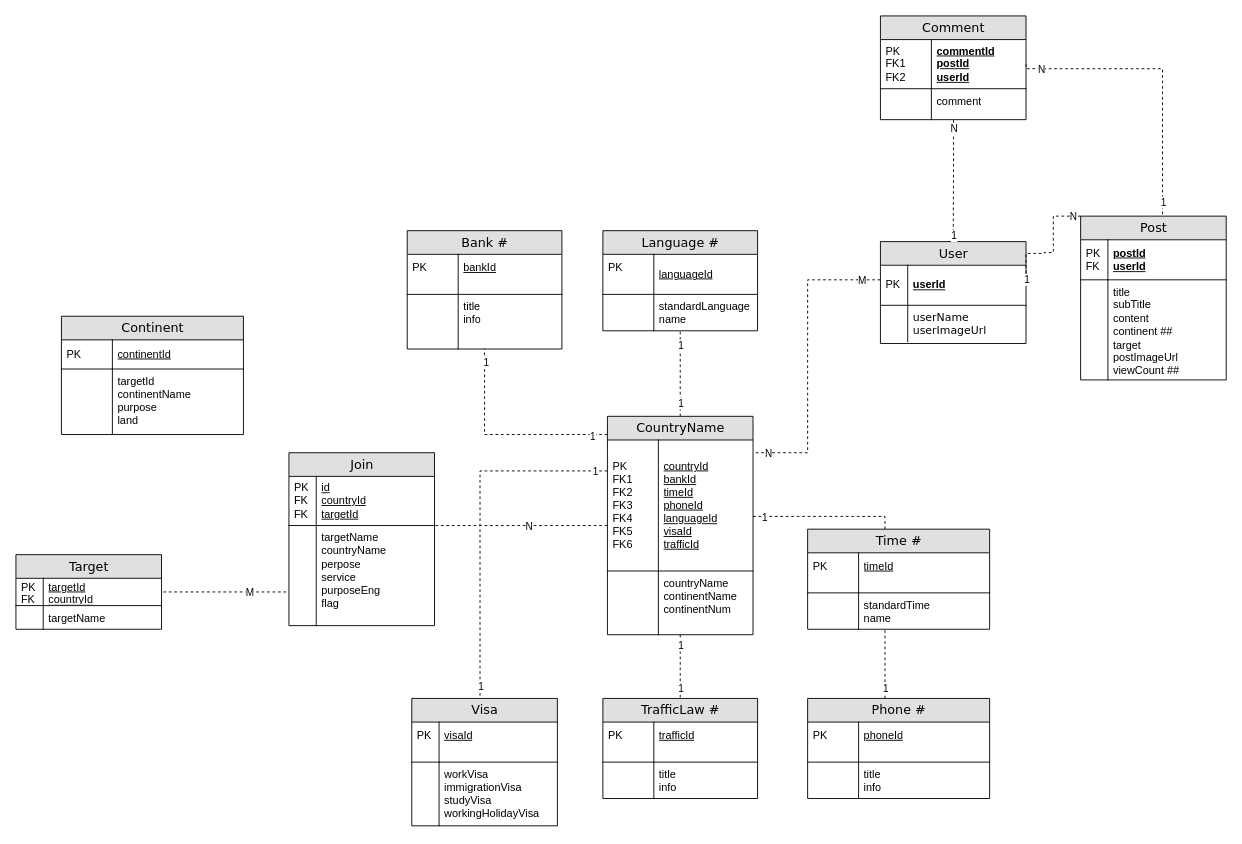
qwe1234k/finalProjectERD keeps this draw.io diagram as ERD.drawio. Above is the earlier version. Source tidied: cells renumbered, new cells numbered last; positions are measured from the earlier drawing's top-left corner, leaving out a move shared by most shapes. Both pictures are drawn from the tidied source at 91%, with x=0, y=0 at pixel (15, 15).
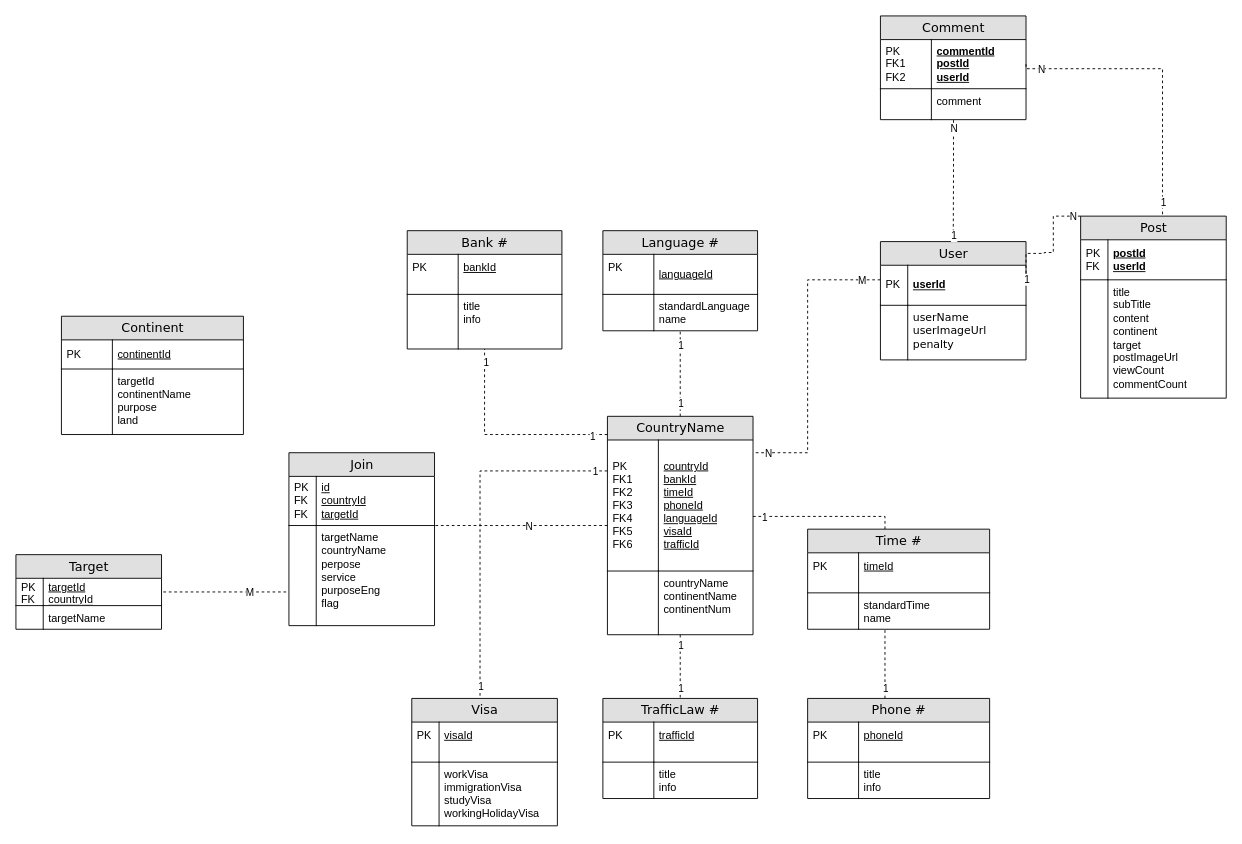
After the change.

What changed in the source:
```diff
@@
     <mxCell id="7" value="Post" style="swimlane;html=1;fontStyle=0;horizontal=1;startSize=26;fillColor=#e0e0e0;swimlaneFillColor=#ffffff;align=center;rounded=0;shadow=0;comic=0;labelBackgroundColor=none;strokeWidth=1;fontFamily=Verdana;fontSize=14;" parent="1" vertex="1">
-      <mxGeometry x="1170" y="220" width="160" height="180" as="geometry" />
+      <mxGeometry x="1170" y="220" width="160" height="200" as="geometry" />
     </mxCell>
@@
-    <mxCell id="10" value="title&lt;br&gt;subTitle&lt;br&gt;content&lt;br&gt;continent ##&lt;br&gt;target&lt;br&gt;postImageUrl&lt;br&gt;viewCount ##" style="shape=partialRectangle;top=0;left=0;right=0;bottom=0;html=1;align=left;verticalAlign=top;fillColor=none;spacingLeft=34;spacingRight=4;whiteSpace=wrap;overflow=hidden;" parent="7" vertex="1">
-      <mxGeometry y="70" width="160" height="110" as="geometry" />
+    <mxCell id="10" value="title&lt;br&gt;subTitle&lt;br&gt;content&lt;br&gt;continent&amp;nbsp;&lt;br&gt;target&lt;br&gt;postImageUrl&lt;br&gt;viewCount&amp;nbsp;&lt;br&gt;commentCount" style="shape=partialRectangle;top=0;left=0;right=0;bottom=0;html=1;align=left;verticalAlign=top;fillColor=none;spacingLeft=34;spacingRight=4;whiteSpace=wrap;overflow=hidden;" parent="7" vertex="1">
+      <mxGeometry y="70" width="160" height="130" as="geometry" />
     </mxCell>
     <mxCell id="11" style="shape=partialRectangle;top=0;left=0;bottom=0;html=1;fillColor=none;align=left;verticalAlign=top;spacingLeft=4;spacingRight=4;whiteSpace=wrap;overflow=hidden;" parent="10" vertex="1">
-      <mxGeometry width="30" height="110" as="geometry" />
+      <mxGeometry width="30" height="130" as="geometry" />
     </mxCell>
@@
     <mxCell id="22" value="User" style="swimlane;html=1;fontStyle=0;horizontal=1;startSize=26;fillColor=#e0e0e0;swimlaneFillColor=#ffffff;align=center;rounded=0;shadow=0;comic=0;labelBackgroundColor=none;strokeWidth=1;fontFamily=Verdana;fontSize=14;" parent="1" vertex="1">
-      <mxGeometry x="950" y="248" width="160" height="112" as="geometry" />
+      <mxGeometry x="950" y="248" width="160" height="130" as="geometry" />
     </mxCell>
@@
-    <mxCell id="25" value="&lt;span style=&quot;font-family: verdana;&quot;&gt;userName&lt;/span&gt;&lt;span style=&quot;font-family: &amp;quot;verdana&amp;quot;&quot;&gt;&lt;br&gt;userImageUrl&lt;/span&gt;&lt;span style=&quot;font-family: &amp;quot;verdana&amp;quot;&quot;&gt;&lt;br&gt;&lt;/span&gt;" style="shape=partialRectangle;top=0;left=0;right=0;bottom=0;html=1;align=left;verticalAlign=top;fillColor=none;spacingLeft=34;spacingRight=4;whiteSpace=wrap;overflow=hidden;" parent="22" vertex="1">
-      <mxGeometry y="70" width="160" height="40" as="geometry" />
+    <mxCell id="25" value="&lt;span style=&quot;font-family: verdana;&quot;&gt;userName&lt;/span&gt;&lt;span style=&quot;font-family: &amp;quot;verdana&amp;quot;&quot;&gt;&lt;br&gt;userImageUrl&lt;br&gt;&lt;/span&gt;&lt;span style=&quot;font-family: &amp;quot;verdana&amp;quot;&quot;&gt;penalty&lt;br&gt;&lt;/span&gt;" style="shape=partialRectangle;top=0;left=0;right=0;bottom=0;html=1;align=left;verticalAlign=top;fillColor=none;spacingLeft=34;spacingRight=4;whiteSpace=wrap;overflow=hidden;" parent="22" vertex="1">
+      <mxGeometry y="70" width="160" height="60" as="geometry" />
     </mxCell>
     <mxCell id="26" style="shape=partialRectangle;top=0;left=0;bottom=0;html=1;fillColor=none;align=left;verticalAlign=top;spacingLeft=4;spacingRight=4;whiteSpace=wrap;overflow=hidden;" parent="25" vertex="1">
-      <mxGeometry width="30" height="40" as="geometry" />
+      <mxGeometry width="30" height="60" as="geometry" />
     </mxCell>
```
